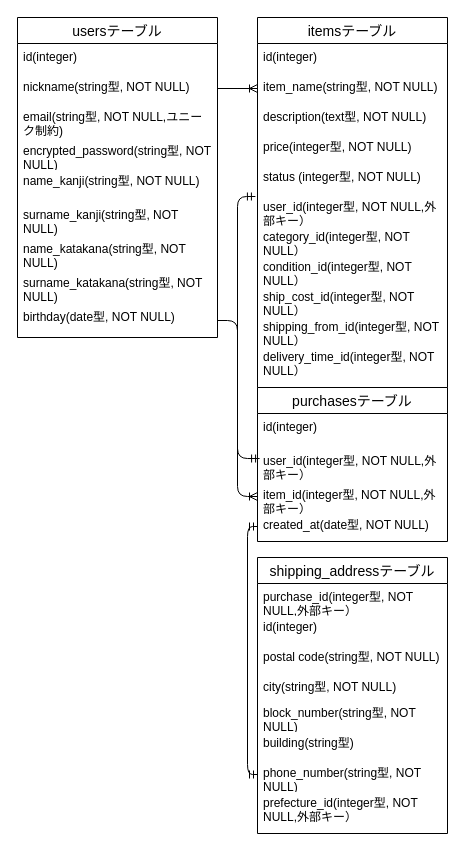
nyastassia/furima-41980 keeps this draw.io diagram as ER.dio. Above is the earlier version. Source tidied: cells renumbered, new cells numbered last; positions are measured from the earlier drawing's top-left corner, leaving out a move shared by most shapes. Both pictures are drawn from the tidied source at 100%, with x=0, y=0 at pixel (17, 17).
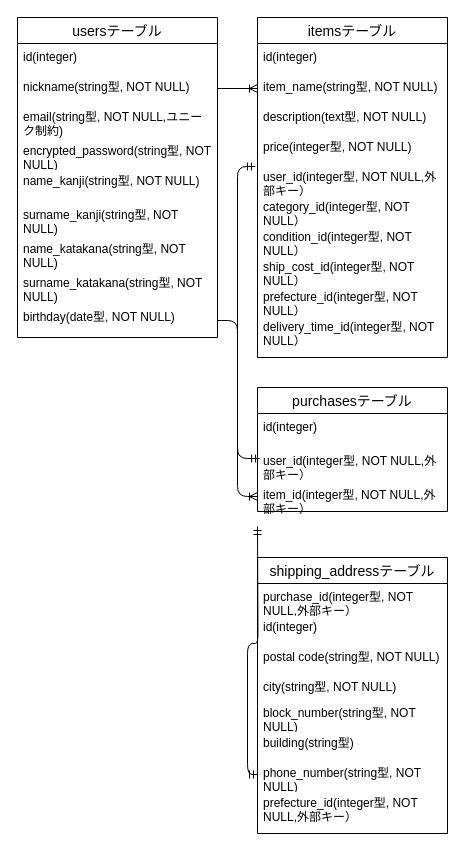
The same page after the edit.

Commit message (it also covers changes not shown here):
ER図及びread.me 修正_02

The change refers to these unchanged cells:
```xml
<mxCell id="31" value="phone_number&lt;span style=&quot;color: rgb(0, 0, 0);&quot;&gt;(string型, NOT NULL)&lt;/span&gt;" style="text;strokeColor=none;fillColor=none;spacingLeft=4;spacingRight=4;overflow=hidden;points=[[0,0.5],[1,0.5]];portConstraint=eastwest;fontSize=12;whiteSpace=wrap;html=1;" parent="24" vertex="1">
  <mxGeometry y="202" width="190" height="30" as="geometry" />
</mxCell>
```

Change to the diagram source:
```diff
@@
     <mxCell id="12" value="itemsテーブル" style="swimlane;fontStyle=0;horizontal=1;startSize=26;align=center;fontSize=14;" parent="1" vertex="1">
-      <mxGeometry x="240" width="190" height="370" as="geometry" />
+      <mxGeometry x="240" width="190" height="340" as="geometry" />
     </mxCell>
@@
-    <mxCell id="17" value="status&amp;nbsp;&lt;span style=&quot;color: rgb(0, 0, 0);&quot;&gt;(integer型, NOT NULL)&lt;/span&gt;" style="text;strokeColor=none;fillColor=none;spacingLeft=4;spacingRight=4;overflow=hidden;fontSize=12;whiteSpace=wrap;html=1;" parent="12" vertex="1">
-      <mxGeometry y="146" width="190" height="30" as="geometry" />
-    </mxCell>
     <mxCell id="18" value="user_id(integer型, NOT NULL,外部キー）" style="text;strokeColor=none;fillColor=none;spacingLeft=4;spacingRight=4;overflow=hidden;points=[[0,0.5],[1,0.5]];portConstraint=eastwest;fontSize=12;whiteSpace=wrap;html=1;" parent="12" vertex="1">
-      <mxGeometry y="176" width="190" height="30" as="geometry" />
+      <mxGeometry y="146" width="190" height="30" as="geometry" />
     </mxCell>
     <mxCell id="19" value="category&lt;span style=&quot;color: rgb(0, 0, 0);&quot;&gt;_id&lt;/span&gt;&lt;span style=&quot;color: rgb(0, 0, 0);&quot;&gt;(&lt;/span&gt;&lt;span style=&quot;color: rgb(0, 0, 0);&quot;&gt;integer&lt;/span&gt;&lt;span style=&quot;color: rgb(0, 0, 0);&quot;&gt;型, NOT NULL）&lt;/span&gt;" style="text;strokeColor=none;fillColor=none;spacingLeft=4;spacingRight=4;overflow=hidden;fontSize=12;whiteSpace=wrap;html=1;" parent="12" vertex="1">
-      <mxGeometry y="206" width="190" height="30" as="geometry" />
+      <mxGeometry y="176" width="190" height="30" as="geometry" />
     </mxCell>
     <mxCell id="20" value="&lt;span style=&quot;color: rgb(0, 0, 0);&quot;&gt;condition_id&lt;/span&gt;&lt;span style=&quot;color: rgb(0, 0, 0);&quot;&gt;(&lt;/span&gt;&lt;span style=&quot;color: rgb(0, 0, 0);&quot;&gt;integer&lt;/span&gt;&lt;span style=&quot;color: rgb(0, 0, 0);&quot;&gt;型, NOT NULL）&lt;/span&gt;" style="text;strokeColor=none;fillColor=none;spacingLeft=4;spacingRight=4;overflow=hidden;fontSize=12;whiteSpace=wrap;html=1;" parent="12" vertex="1">
-      <mxGeometry y="236" width="190" height="30" as="geometry" />
+      <mxGeometry y="206" width="190" height="30" as="geometry" />
     </mxCell>
     <mxCell id="21" value="ship_cost&lt;span style=&quot;color: rgb(0, 0, 0);&quot;&gt;_id&lt;/span&gt;&lt;span style=&quot;color: rgb(0, 0, 0);&quot;&gt;(&lt;/span&gt;&lt;span style=&quot;color: rgb(0, 0, 0);&quot;&gt;integer&lt;/span&gt;&lt;span style=&quot;color: rgb(0, 0, 0);&quot;&gt;型, NOT NULL）&lt;/span&gt;" style="text;strokeColor=none;fillColor=none;spacingLeft=4;spacingRight=4;overflow=hidden;fontSize=12;whiteSpace=wrap;html=1;" parent="12" vertex="1">
-      <mxGeometry y="266" width="190" height="30" as="geometry" />
+      <mxGeometry y="236" width="190" height="30" as="geometry" />
     </mxCell>
-    <mxCell id="22" value="&lt;span style=&quot;color: rgb(0, 0, 0);&quot;&gt;shipping_from_id&lt;/span&gt;&lt;span style=&quot;color: rgb(0, 0, 0);&quot;&gt;(&lt;span style=&quot;color: rgb(0, 0, 0);&quot;&gt;integer&lt;/span&gt;型, NOT NULL）&lt;/span&gt;" style="text;strokeColor=none;fillColor=none;spacingLeft=4;spacingRight=4;overflow=hidden;fontSize=12;whiteSpace=wrap;html=1;" parent="12" vertex="1">
-      <mxGeometry y="296" width="190" height="30" as="geometry" />
+    <mxCell id="22" value="&lt;span style=&quot;color: rgb(0, 0, 0);&quot;&gt;prefecture_id&lt;/span&gt;&lt;span style=&quot;color: rgb(0, 0, 0);&quot;&gt;(&lt;span style=&quot;color: rgb(0, 0, 0);&quot;&gt;integer&lt;/span&gt;型, NOT NULL）&lt;/span&gt;" style="text;strokeColor=none;fillColor=none;spacingLeft=4;spacingRight=4;overflow=hidden;fontSize=12;whiteSpace=wrap;html=1;" parent="12" vertex="1">
+      <mxGeometry y="266" width="190" height="30" as="geometry" />
     </mxCell>
     <mxCell id="23" value="delivery_time&lt;span style=&quot;color: rgb(0, 0, 0);&quot;&gt;_id&lt;/span&gt;&lt;span style=&quot;color: rgb(0, 0, 0);&quot;&gt;(&lt;span style=&quot;color: rgb(0, 0, 0);&quot;&gt;integer&lt;/span&gt;型, NOT NULL）&lt;/span&gt;" style="text;strokeColor=none;fillColor=none;spacingLeft=4;spacingRight=4;overflow=hidden;fontSize=12;whiteSpace=wrap;html=1;" parent="12" vertex="1">
-      <mxGeometry y="326" width="190" height="44" as="geometry" />
+      <mxGeometry y="296" width="190" height="44" as="geometry" />
     </mxCell>
@@
     <mxCell id="35" value="purchasesテーブル" style="swimlane;fontStyle=0;horizontal=1;startSize=26;align=center;fontSize=14;" parent="1" vertex="1">
-      <mxGeometry x="240" y="370" width="190" height="154" as="geometry" />
+      <mxGeometry x="240" y="370" width="190" height="124" as="geometry" />
     </mxCell>
@@
-    <mxCell id="39" value="created_at&lt;span style=&quot;color: rgb(0, 0, 0);&quot;&gt;(date型, NOT NULL)&lt;/span&gt;" style="text;strokeColor=none;fillColor=none;spacingLeft=4;spacingRight=4;overflow=hidden;points=[[0,0.5],[1,0.5]];portConstraint=eastwest;fontSize=12;whiteSpace=wrap;html=1;" parent="35" vertex="1">
-      <mxGeometry y="124" width="190" height="30" as="geometry" />
-    </mxCell>
-    <mxCell id="40" style="edgeStyle=orthogonalEdgeStyle;fontSize=12;html=1;endArrow=ERmandOne;startArrow=ERmandOne;entryX=0;entryY=0.5;entryDx=0;entryDy=0;exitX=0;exitY=0.5;exitDx=0;exitDy=0;" parent="1" edge="1" source="31" target="39">
-      <mxGeometry relative="1" as="geometry" />
+    <mxCell id="40" style="edgeStyle=orthogonalEdgeStyle;fontSize=12;html=1;endArrow=ERmandOne;startArrow=ERmandOne;entryX=0;entryY=0.5;entryDx=0;entryDy=0;exitX=0;exitY=0.5;exitDx=0;exitDy=0;" parent="1" edge="1" source="31">
+      <mxGeometry relative="1" as="geometry">
+        <mxPoint x="240" y="509" as="targetPoint" />
+      </mxGeometry>
     </mxCell>
```
